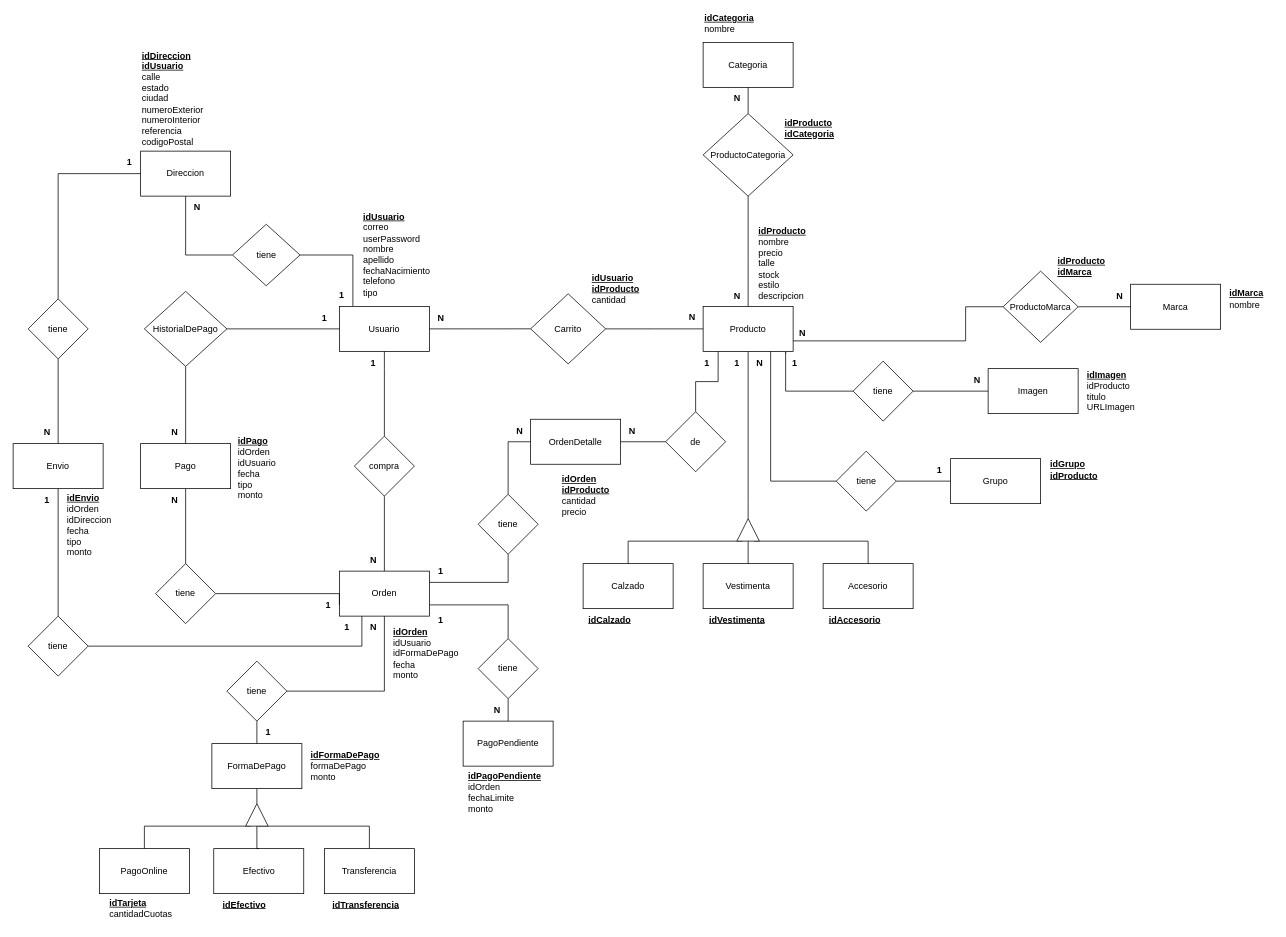
This is documentacion-Ecommerce/MEREcommerce.drawio from YolausGG/ProyectosReact-TrocheGodoy, a draw.io file, before an edit. Source tidied: cells renumbered, new cells numbered last; positions are measured from the earlier drawing's top-left corner, leaving out a move shared by most shapes. Both pictures are drawn from the tidied source at 75%, with x=0, y=0 at pixel (13, 16).
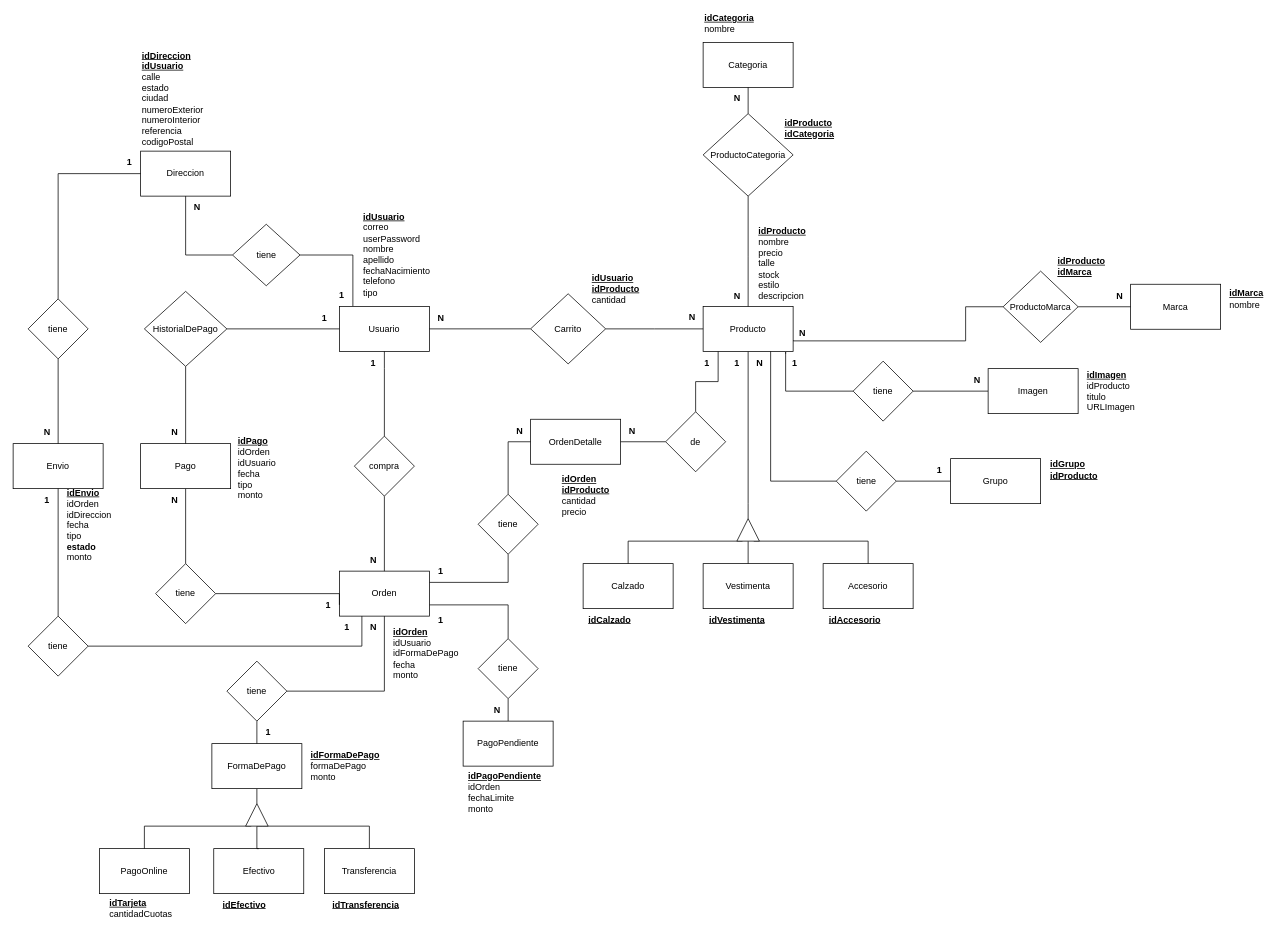
The same diagram, later.

The edit, as a diff of the source:
```diff
@@
-    <mxCell id="128" value="&lt;u&gt;idEnvio&lt;/u&gt;&lt;div&gt;&lt;span style=&quot;font-weight: 400;&quot;&gt;idOrden&lt;/span&gt;&lt;u&gt;&lt;br&gt;&lt;/u&gt;&lt;div&gt;&lt;span style=&quot;font-weight: normal;&quot;&gt;idDireccion&lt;/span&gt;&lt;/div&gt;&lt;div&gt;&lt;span style=&quot;font-weight: 400;&quot;&gt;fecha&lt;br&gt;&lt;/span&gt;&lt;span style=&quot;font-weight: normal;&quot;&gt;tipo&lt;/span&gt;&lt;br style=&quot;border-color: var(--border-color); font-weight: 400;&quot;&gt;&lt;span style=&quot;font-weight: 400;&quot;&gt;monto&lt;/span&gt;&lt;br&gt;&lt;div style=&quot;font-weight: normal;&quot;&gt;&lt;/div&gt;&lt;/div&gt;&lt;/div&gt;" style="text;html=1;strokeColor=none;fillColor=none;align=left;verticalAlign=middle;whiteSpace=wrap;rounded=0;fontStyle=1;" parent="1" vertex="1">
+    <mxCell id="128" value="&lt;u&gt;idEnvio&lt;/u&gt;&lt;div&gt;&lt;span style=&quot;font-weight: 400;&quot;&gt;idOrden&lt;/span&gt;&lt;u&gt;&lt;br&gt;&lt;/u&gt;&lt;div&gt;&lt;span style=&quot;font-weight: normal;&quot;&gt;idDireccion&lt;/span&gt;&lt;/div&gt;&lt;div&gt;&lt;span style=&quot;font-weight: 400;&quot;&gt;fecha&lt;br&gt;&lt;/span&gt;&lt;span style=&quot;font-weight: normal;&quot;&gt;tipo&lt;/span&gt;&lt;/div&gt;&lt;div&gt;estado&lt;br style=&quot;border-color: var(--border-color); font-weight: 400;&quot;&gt;&lt;span style=&quot;font-weight: 400;&quot;&gt;monto&lt;/span&gt;&lt;br&gt;&lt;div style=&quot;font-weight: normal;&quot;&gt;&lt;/div&gt;&lt;/div&gt;&lt;/div&gt;" style="text;html=1;strokeColor=none;fillColor=none;align=left;verticalAlign=middle;whiteSpace=wrap;rounded=0;fontStyle=1;" parent="1" vertex="1">
       <mxGeometry x="70" y="632.5" width="70" height="92.5" as="geometry" />
     </mxCell>
```
